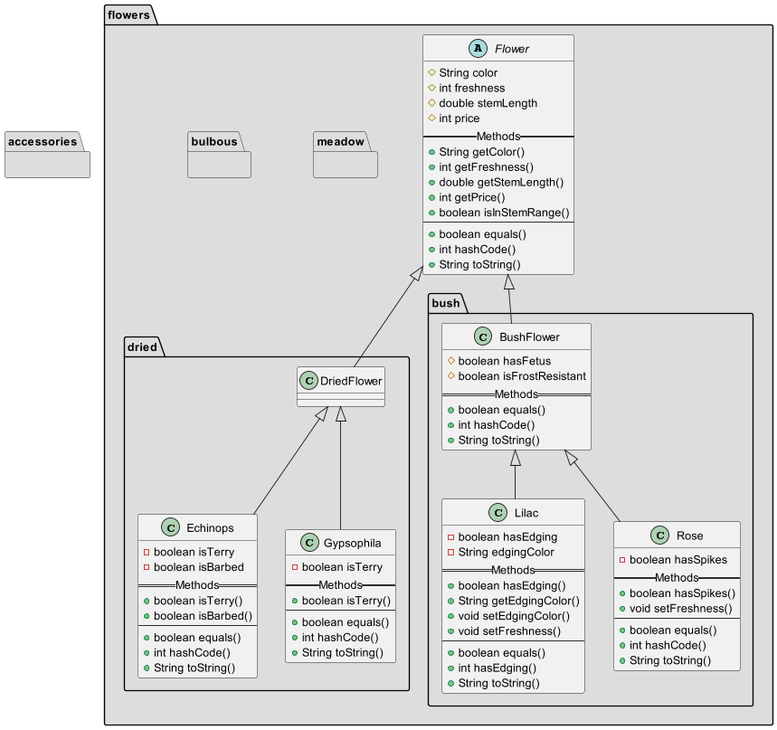
This is ЛАБ_4/Task2_Diagram.png from elaboratee/industrial_programming, a PlantUML export, as it was before one commit.
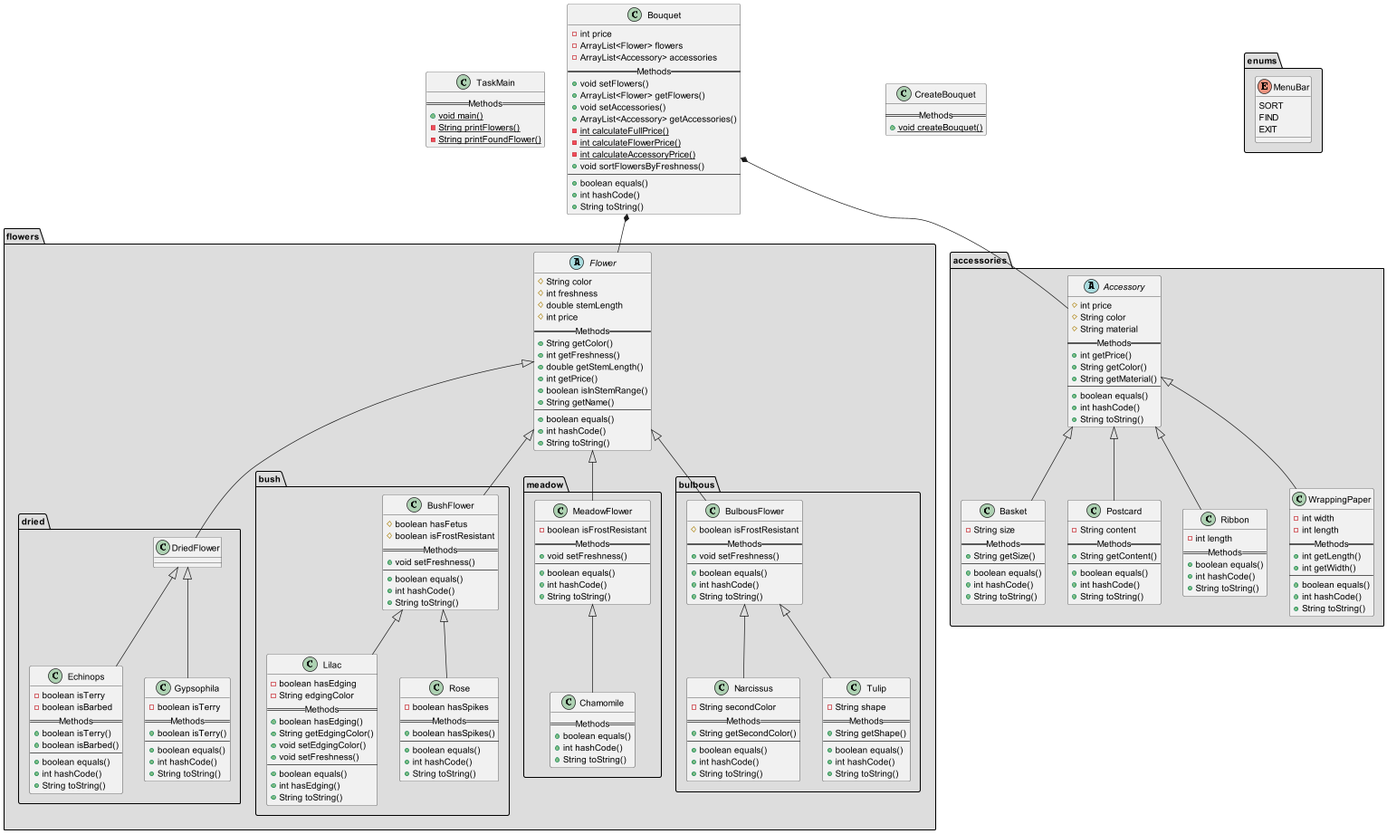
After the change.

Change to the diagram source:
```diff
@@ -12,6 +12,7 @@
         + double getStemLength()
         + int getPrice()
         + boolean isInStemRange()
+        + String getName()
         --
         + boolean equals()
         + int hashCode()
@@ -50,6 +51,8 @@
         # boolean hasFetus
         # boolean isFrostResistant
         == Methods ==
+        + void setFreshness()
+        --
         + boolean equals()
         + int hashCode()
         + String toString()
@@ -73,7 +76,6 @@
         - boolean hasSpikes
         == Methods ==
         + boolean hasSpikes()
-        + void setFreshness()
         --
         + boolean equals()
         + int hashCode()
@@ -82,13 +84,60 @@
 }
 
 package flowers.meadow #DDDDDD {
+    class MeadowFlower {
+        - boolean isFrostResistant
+        == Methods ==
+        + void setFreshness()
+        --
+        + boolean equals()
+        + int hashCode()
+        + String toString()
+    }
+
+    class Chamomile {
+        == Methods ==
+        + boolean equals()
+        + int hashCode()
+        + String toString()
+    }
 }
 
 package flowers.bulbous #DDDDDD {
+    class BulbousFlower {
+        # boolean isFrostResistant
+        == Methods ==
+        + void setFreshness()
+        --
+        + boolean equals()
+        + int hashCode()
+        + String toString()
+    }
+
+    class Narcissus {
+        - String secondColor
+        == Methods ==
+        + String getSecondColor()
+        --
+        + boolean equals()
+        + int hashCode()
+        + String toString()
+    }
+
+    class Tulip {
+        - String shape
+        == Methods ==
+        + String getShape()
+        --
+        + boolean equals()
+        + int hashCode()
+        + String toString()
+    }
 }
 
 Flower <|-- DriedFlower
 Flower <|-- BushFlower
+Flower <|-- BulbousFlower
+Flower <|-- MeadowFlower
 
 DriedFlower <|-- Echinops
 DriedFlower <|-- Gypsophila
@@ -96,8 +145,113 @@
 BushFlower <|-- Lilac
 BushFlower <|-- Rose
 
+BulbousFlower <|-- Narcissus
+BulbousFlower <|-- Tulip
+
+MeadowFlower <|-- Chamomile
+
 
 package accessories #DDDDDD {
+    abstract class Accessory {
+        # int price
+        # String color
+        # String material
+        == Methods ==
+        + int getPrice()
+        + String getColor()
+        + String getMaterial()
+        --
+        + boolean equals()
+        + int hashCode()
+        + String toString()
+    }
+
+    class Basket {
+        - String size
+        == Methods ==
+        + String getSize()
+        --
+        + boolean equals()
+        + int hashCode()
+        + String toString()
+    }
+
+    class Postcard {
+        - String content
+        == Methods ==
+        + String getContent()
+        --
+        + boolean equals()
+        + int hashCode()
+        + String toString()
+    }
+
+    class Ribbon {
+        - int length
+        == Methods ==
+        + boolean equals()
+        + int hashCode()
+        + String toString()
+    }
+
+    class WrappingPaper {
+        - int width
+        - int length
+        == Methods ==
+        + int getLength()
+        + int getWidth()
+        --
+        + boolean equals()
+        + int hashCode()
+        + String toString()
+    }
 }
 
+Accessory <|-- Basket
+Accessory <|-- Postcard
+Accessory <|-- Ribbon
+Accessory <|-- WrappingPaper
+
+package enums #DDDDDD {
+    enum MenuBar {
+        SORT
+        FIND
+        EXIT
+    }
+}
+
+class TaskMain {
+    == Methods ==
+    + {static} void main()
+    - {static} String printFlowers()
+    - {static} String printFoundFlower()
+}
+
+class Bouquet {
+    - int price
+    - ArrayList<Flower> flowers
+    - ArrayList<Accessory> accessories
+    == Methods ==
+    + void setFlowers()
+    + ArrayList<Flower> getFlowers()
+    + void setAccessories()
+    + ArrayList<Accessory> getAccessories()
+    - {static} int calculateFullPrice()
+    - {static} int calculateFlowerPrice()
+    - {static} int calculateAccessoryPrice()
+    + void sortFlowersByFreshness()
+    --
+    + boolean equals()
+    + int hashCode()
+    + String toString()
+}
+
+class CreateBouquet {
+    == Methods ==
+    + {static} void createBouquet()
+}
+
+Bouquet *-- Flower
+Bouquet *-- Accessory
+
 @enduml
```
